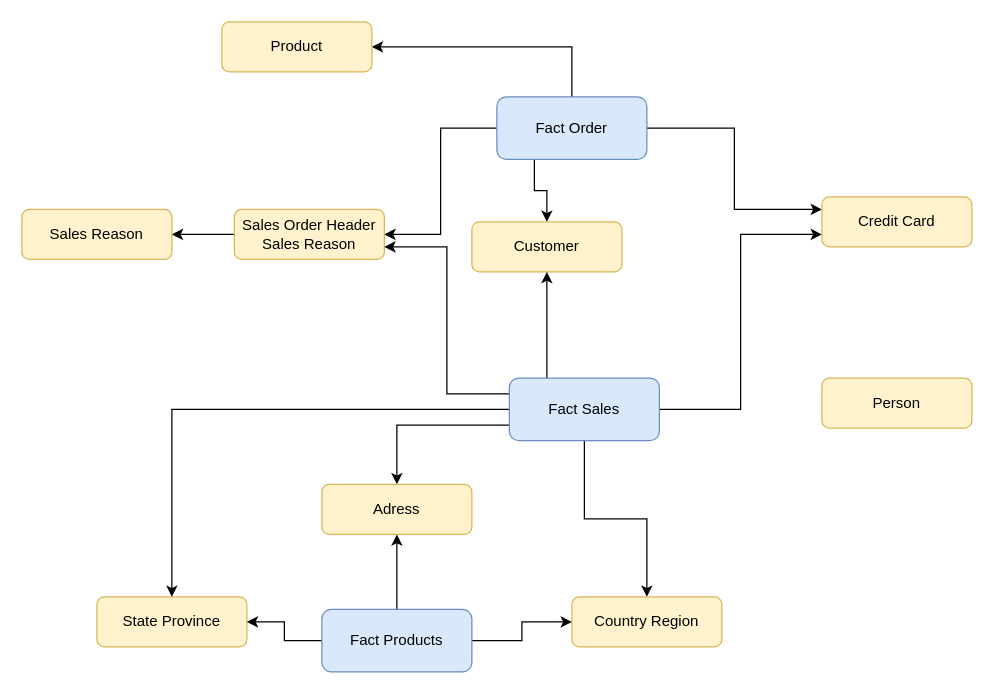
Above: Star schema AdvWorks.drawio in marcon-droid/dw_AdventureWorks (draw.io), before the change. Source tidied: cells renumbered, new cells numbered last; positions are measured from the earlier drawing's top-left corner, leaving out a move shared by most shapes. Both pictures are drawn from the tidied source at 125%, with x=0, y=0 at pixel (21, 21).
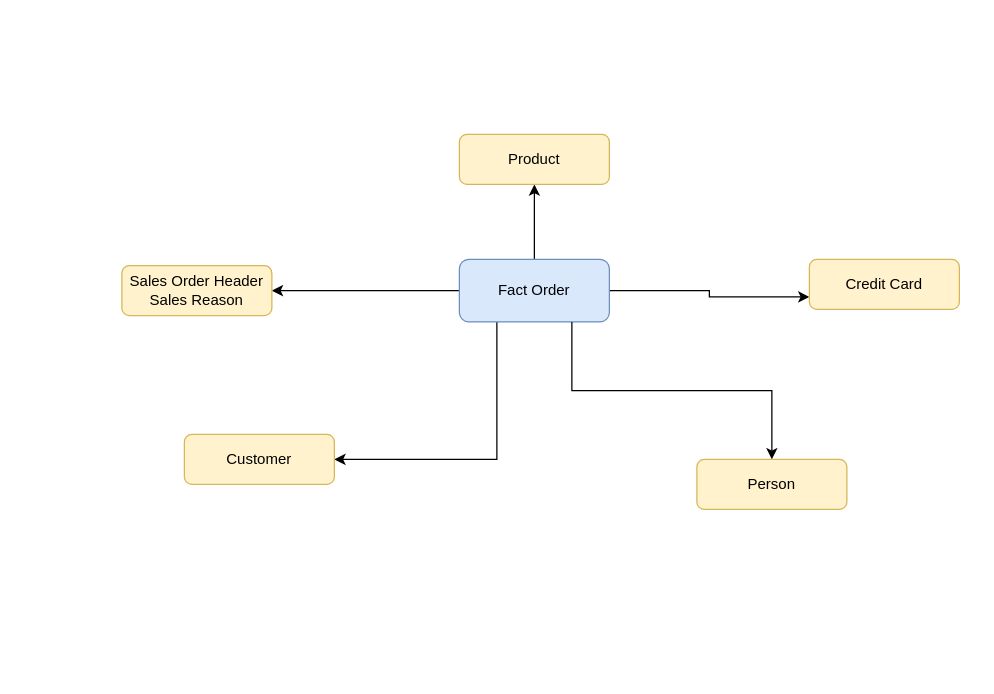
The same diagram, later.

Change to the diagram source:
```diff
@@
-    <mxCell id="2" style="edgeStyle=orthogonalEdgeStyle;rounded=0;jettySize=auto;html=1;entryX=1;entryY=0.5;entryDx=0;entryDy=0;exitX=0.5;exitY=0;exitDx=0;exitDy=0;" parent="1" edge="1" source="6" target="11">
+    <mxCell id="2" style="edgeStyle=orthogonalEdgeStyle;rounded=0;jettySize=auto;html=1;entryX=0.5;entryY=1;entryDx=0;entryDy=0;exitX=0.5;exitY=0;exitDx=0;exitDy=0;" parent="1" edge="1" source="6" target="11">
       <mxGeometry relative="1" as="geometry" />
     </mxCell>
@@
-    <mxCell id="4" style="edgeStyle=orthogonalEdgeStyle;rounded=0;jettySize=auto;html=1;entryX=0;entryY=0.25;entryDx=0;entryDy=0;" parent="1" edge="1" source="6" target="24">
+    <mxCell id="4" style="edgeStyle=orthogonalEdgeStyle;rounded=0;jettySize=auto;html=1;entryX=0;entryY=0.75;entryDx=0;entryDy=0;" parent="1" edge="1" source="6" target="24">
       <mxGeometry relative="1" as="geometry" />
     </mxCell>
-    <mxCell id="5" style="edgeStyle=orthogonalEdgeStyle;rounded=0;jettySize=auto;html=1;entryX=0.5;entryY=0;entryDx=0;entryDy=0;exitX=0.25;exitY=1;exitDx=0;exitDy=0;" parent="1" edge="1" source="6" target="7">
+    <mxCell id="5" style="edgeStyle=orthogonalEdgeStyle;rounded=0;jettySize=auto;html=1;entryX=1;entryY=0.5;entryDx=0;entryDy=0;exitX=0.25;exitY=1;exitDx=0;exitDy=0;" parent="1" edge="1" source="6" target="7">
       <mxGeometry relative="1" as="geometry" />
     </mxCell>
     <mxCell id="6" value="Fact Order" style="rounded=1;whiteSpace=wrap;html=1;fillColor=#dae8fc;strokeColor=#6c8ebf;" parent="1" vertex="1">
-      <mxGeometry x="380" y="60" width="120" height="50" as="geometry" />
+      <mxGeometry x="350" y="190" width="120" height="50" as="geometry" />
     </mxCell>
     <mxCell id="7" value="Customer" style="rounded=1;whiteSpace=wrap;html=1;fillColor=#fff2cc;strokeColor=#d6b656;" parent="1" vertex="1">
-      <mxGeometry x="360" y="160" width="120" height="40" as="geometry" />
+      <mxGeometry x="130" y="330" width="120" height="40" as="geometry" />
     </mxCell>
-    <mxCell id="8" value="State Province" style="rounded=1;whiteSpace=wrap;html=1;fillColor=#fff2cc;strokeColor=#d6b656;" parent="1" vertex="1">
-      <mxGeometry x="60" y="460" width="120" height="40" as="geometry" />
-    </mxCell>
-    <mxCell id="9" style="edgeStyle=orthogonalEdgeStyle;rounded=0;jettySize=auto;html=1;entryX=1;entryY=0.5;entryDx=0;entryDy=0;" parent="1" edge="1" source="10" target="23">
-      <mxGeometry relative="1" as="geometry" />
-    </mxCell>
     <mxCell id="10" value="Sales Order Header Sales Reason" style="rounded=1;whiteSpace=wrap;html=1;fillColor=#fff2cc;strokeColor=#d6b656;" parent="1" vertex="1">
-      <mxGeometry x="170" y="150" width="120" height="40" as="geometry" />
+      <mxGeometry x="80" y="195" width="120" height="40" as="geometry" />
     </mxCell>
     <mxCell id="11" value="Product" style="rounded=1;whiteSpace=wrap;html=1;fillColor=#fff2cc;strokeColor=#d6b656;" parent="1" vertex="1">
-      <mxGeometry x="160" width="120" height="40" as="geometry" />
+      <mxGeometry x="350" y="90" width="120" height="40" as="geometry" />
     </mxCell>
     <mxCell id="12" value="Person" style="rounded=1;whiteSpace=wrap;html=1;fillColor=#fff2cc;strokeColor=#d6b656;" parent="1" vertex="1">
-      <mxGeometry x="640" y="285" width="120" height="40" as="geometry" />
+      <mxGeometry x="540" y="350" width="120" height="40" as="geometry" />
     </mxCell>
-    <mxCell id="13" style="edgeStyle=orthogonalEdgeStyle;rounded=0;jettySize=auto;html=1;entryX=1;entryY=0.75;entryDx=0;entryDy=0;exitX=0;exitY=0.25;exitDx=0;exitDy=0;" parent="1" edge="1" source="19" target="10">
-      <mxGeometry relative="1" as="geometry" />
-    </mxCell>
-    <mxCell id="14" style="edgeStyle=orthogonalEdgeStyle;rounded=0;jettySize=auto;html=1;entryX=0;entryY=0.75;entryDx=0;entryDy=0;" parent="1" edge="1" source="19" target="24">
+    <mxCell id="14" style="edgeStyle=orthogonalEdgeStyle;rounded=0;jettySize=auto;html=1;entryX=0.5;entryY=0;entryDx=0;entryDy=0;exitX=0.75;exitY=1;exitDx=0;exitDy=0;" parent="1" edge="1" source="6" target="12">
       <mxGeometry relative="1" as="geometry" />
     </mxCell>
-    <mxCell id="15" style="edgeStyle=orthogonalEdgeStyle;rounded=0;jettySize=auto;html=1;entryX=0.5;entryY=1;entryDx=0;entryDy=0;exitX=0.25;exitY=0;exitDx=0;exitDy=0;" parent="1" edge="1" source="19" target="7">
-      <mxGeometry relative="1" as="geometry" />
-    </mxCell>
-    <mxCell id="16" style="edgeStyle=orthogonalEdgeStyle;rounded=0;jettySize=auto;html=1;" parent="1" edge="1" source="19" target="21">
-      <mxGeometry relative="1" as="geometry" />
-    </mxCell>
-    <mxCell id="17" style="edgeStyle=orthogonalEdgeStyle;rounded=0;jettySize=auto;html=1;entryX=0.5;entryY=0;entryDx=0;entryDy=0;exitX=0;exitY=0.75;exitDx=0;exitDy=0;" parent="1" edge="1" source="19" target="20">
-      <mxGeometry relative="1" as="geometry" />
-    </mxCell>
-    <mxCell id="18" style="edgeStyle=orthogonalEdgeStyle;rounded=0;jettySize=auto;html=1;" parent="1" edge="1" source="19" target="8">
-      <mxGeometry relative="1" as="geometry" />
-    </mxCell>
-    <mxCell id="19" value="Fact Sales" style="rounded=1;whiteSpace=wrap;html=1;fillColor=#dae8fc;strokeColor=#6c8ebf;" parent="1" vertex="1">
-      <mxGeometry x="390" y="285" width="120" height="50" as="geometry" />
-    </mxCell>
-    <mxCell id="20" value="Adress" style="rounded=1;whiteSpace=wrap;html=1;fillColor=#fff2cc;strokeColor=#d6b656;" parent="1" vertex="1">
-      <mxGeometry x="240" y="370" width="120" height="40" as="geometry" />
-    </mxCell>
-    <mxCell id="21" value="Country Region" style="rounded=1;whiteSpace=wrap;html=1;fillColor=#fff2cc;strokeColor=#d6b656;" parent="1" vertex="1">
-      <mxGeometry x="440" y="460" width="120" height="40" as="geometry" />
-    </mxCell>
-    <mxCell id="22" style="edgeStyle=orthogonalEdgeStyle;rounded=0;orthogonalLoop=1;jettySize=auto;html=1;exitX=0.5;exitY=1;exitDx=0;exitDy=0;" parent="1" edge="1" source="8" target="8">
-      <mxGeometry relative="1" as="geometry" />
-    </mxCell>
-    <mxCell id="23" value="Sales Reason" style="rounded=1;whiteSpace=wrap;html=1;fillColor=#fff2cc;strokeColor=#d6b656;" parent="1" vertex="1">
-      <mxGeometry y="150" width="120" height="40" as="geometry" />
-    </mxCell>
     <mxCell id="24" value="Credit Card" style="rounded=1;whiteSpace=wrap;html=1;fillColor=#fff2cc;strokeColor=#d6b656;" parent="1" vertex="1">
-      <mxGeometry x="640" y="140" width="120" height="40" as="geometry" />
+      <mxGeometry x="630" y="190" width="120" height="40" as="geometry" />
     </mxCell>
-    <mxCell id="25" style="edgeStyle=orthogonalEdgeStyle;rounded=0;jettySize=auto;html=1;entryX=0.5;entryY=1;entryDx=0;entryDy=0;" parent="1" edge="1" source="28" target="20">
-      <mxGeometry relative="1" as="geometry" />
-    </mxCell>
-    <mxCell id="26" style="edgeStyle=orthogonalEdgeStyle;rounded=0;jettySize=auto;html=1;entryX=1;entryY=0.5;entryDx=0;entryDy=0;" parent="1" edge="1" source="28" target="8">
-      <mxGeometry relative="1" as="geometry" />
-    </mxCell>
-    <mxCell id="27" style="edgeStyle=orthogonalEdgeStyle;rounded=0;jettySize=auto;html=1;entryX=0;entryY=0.5;entryDx=0;entryDy=0;" parent="1" edge="1" source="28" target="21">
-      <mxGeometry relative="1" as="geometry" />
-    </mxCell>
-    <mxCell id="28" value="Fact Products" style="rounded=1;whiteSpace=wrap;html=1;fillColor=#dae8fc;strokeColor=#6c8ebf;" parent="1" vertex="1">
-      <mxGeometry x="240" y="470" width="120" height="50" as="geometry" />
-    </mxCell>
```
